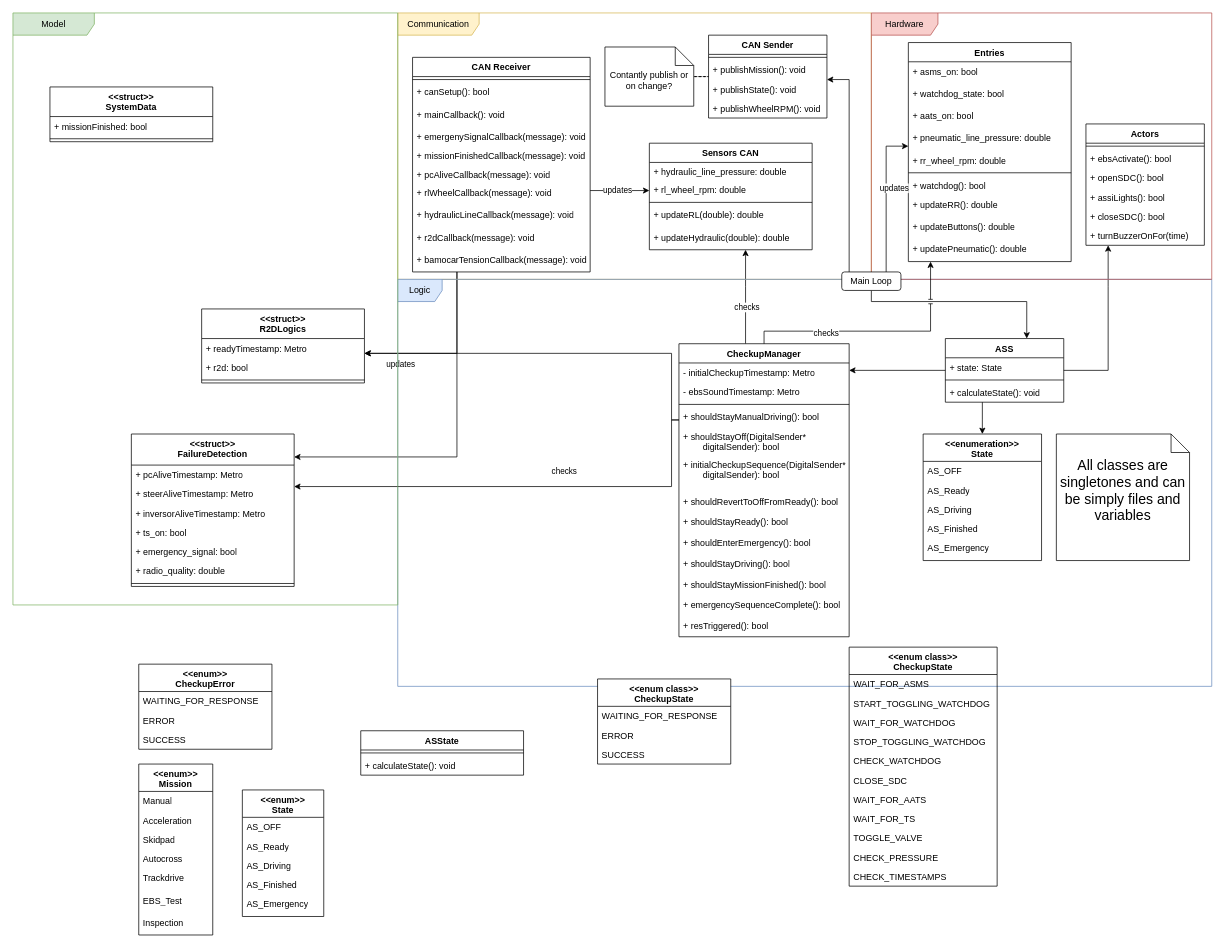
Before: docs/diagrams/Master/master-class-diagram.drawio in fs-feup/el-sw, a draw.io diagram. Source tidied: cells renumbered, new cells numbered last; positions are measured from the earlier drawing's top-left corner, leaving out a move shared by most shapes. Both pictures are drawn from the tidied source at 74%, with x=0, y=0 at pixel (13, 13).
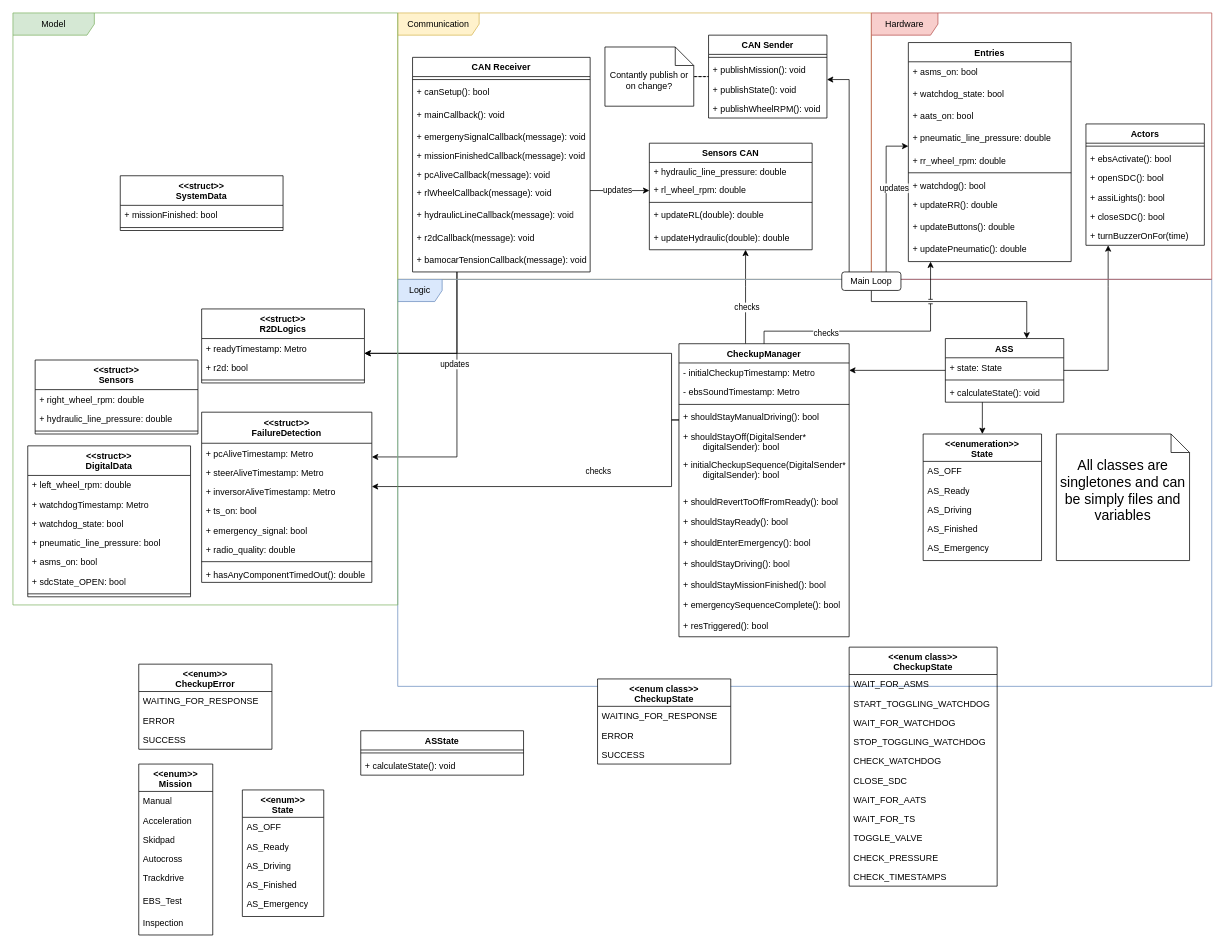
After the change.

Change to the diagram source:
```diff
@@
     <mxCell id="82" value="&amp;lt;&amp;lt;struct&amp;gt;&amp;gt;&lt;br&gt;FailureDetection" style="swimlane;fontStyle=1;align=center;verticalAlign=top;horizontal=1;startSize=42;whiteSpace=wrap;html=1;" parent="1" vertex="1">
-      <mxGeometry x="160" y="569" width="220" height="206" as="geometry" />
+      <mxGeometry x="255" y="539.5" width="230" height="230" as="geometry" />
     </mxCell>
     <mxCell id="83" value="+ pcAliveTimestamp: Metro" style="text;strokeColor=none;fillColor=none;align=left;verticalAlign=top;spacingLeft=4;spacingRight=4;overflow=hidden;whiteSpace=wrap;html=1;" parent="82" vertex="1">
-      <mxGeometry y="42" width="220" height="26" as="geometry" />
+      <mxGeometry y="42" width="230" height="26" as="geometry" />
     </mxCell>
     <mxCell id="84" value="+ steerAliveTimestamp: Metro" style="text;strokeColor=none;fillColor=none;align=left;verticalAlign=top;spacingLeft=4;spacingRight=4;overflow=hidden;whiteSpace=wrap;html=1;" parent="82" vertex="1">
-      <mxGeometry y="68" width="220" height="26" as="geometry" />
+      <mxGeometry y="68" width="230" height="26" as="geometry" />
     </mxCell>
     <mxCell id="85" value="+ inversorAliveTimestamp: Metro" style="text;strokeColor=none;fillColor=none;align=left;verticalAlign=top;spacingLeft=4;spacingRight=4;overflow=hidden;whiteSpace=wrap;html=1;" parent="82" vertex="1">
-      <mxGeometry y="94" width="220" height="26" as="geometry" />
+      <mxGeometry y="94" width="230" height="26" as="geometry" />
     </mxCell>
     <mxCell id="86" value="+ ts_on: bool" style="text;strokeColor=none;fillColor=none;align=left;verticalAlign=top;spacingLeft=4;spacingRight=4;overflow=hidden;whiteSpace=wrap;html=1;" parent="82" vertex="1">
-      <mxGeometry y="120" width="220" height="26" as="geometry" />
+      <mxGeometry y="120" width="230" height="26" as="geometry" />
     </mxCell>
     <mxCell id="87" value="+ emergency_signal: bool" style="text;strokeColor=none;fillColor=none;align=left;verticalAlign=top;spacingLeft=4;spacingRight=4;overflow=hidden;whiteSpace=wrap;html=1;" parent="82" vertex="1">
-      <mxGeometry y="146" width="220" height="26" as="geometry" />
+      <mxGeometry y="146" width="230" height="26" as="geometry" />
     </mxCell>
     <mxCell id="88" value="+ radio_quality: double" style="text;strokeColor=none;fillColor=none;align=left;verticalAlign=top;spacingLeft=4;spacingRight=4;overflow=hidden;whiteSpace=wrap;html=1;" parent="82" vertex="1">
-      <mxGeometry y="172" width="220" height="26" as="geometry" />
+      <mxGeometry y="172" width="230" height="26" as="geometry" />
     </mxCell>
     <mxCell id="89" style="line;strokeWidth=1;fillColor=none;align=left;verticalAlign=middle;spacingTop=-1;spacingLeft=3;spacingRight=3;labelPosition=right;strokeColor=inherit;" parent="82" vertex="1">
-      <mxGeometry y="198" width="220" height="8" as="geometry" />
+      <mxGeometry y="198" width="230" height="8" as="geometry" />
     </mxCell>
+    <mxCell id="145" value="+ hasAnyComponentTimedOut(): double" style="text;strokeColor=none;fillColor=none;align=left;verticalAlign=top;spacingLeft=4;spacingRight=4;overflow=hidden;whiteSpace=wrap;html=1;" parent="82" vertex="1">
+      <mxGeometry y="206" width="230" height="24" as="geometry" />
+    </mxCell>
@@
     <mxCell id="142" value="&lt;div&gt;&amp;lt;&amp;lt;struct&amp;gt;&amp;gt;&lt;/div&gt;SystemData" style="swimlane;fontStyle=1;align=center;verticalAlign=top;horizontal=1;startSize=40;whiteSpace=wrap;html=1;" parent="1" vertex="1">
-      <mxGeometry x="50" y="100" width="220" height="74" as="geometry" />
+      <mxGeometry x="145" y="220" width="220" height="74" as="geometry" />
     </mxCell>
@@
+    <mxCell id="146" value="&lt;div&gt;&amp;lt;&amp;lt;struct&amp;gt;&amp;gt;&lt;/div&gt;Sensors" style="swimlane;fontStyle=1;align=center;verticalAlign=top;horizontal=1;startSize=40;whiteSpace=wrap;html=1;" parent="1" vertex="1">
+      <mxGeometry x="30" y="469" width="220" height="100" as="geometry" />
+    </mxCell>
+    <mxCell id="147" value="+ right_wheel_rpm: double" style="text;strokeColor=none;fillColor=none;align=left;verticalAlign=top;spacingLeft=4;spacingRight=4;overflow=hidden;whiteSpace=wrap;html=1;" parent="146" vertex="1">
+      <mxGeometry y="40" width="220" height="26" as="geometry" />
+    </mxCell>
+    <mxCell id="148" value="+ hydraulic_line_pressure: double" style="text;strokeColor=none;fillColor=none;align=left;verticalAlign=top;spacingLeft=4;spacingRight=4;overflow=hidden;whiteSpace=wrap;html=1;" parent="146" vertex="1">
+      <mxGeometry y="66" width="220" height="26" as="geometry" />
+    </mxCell>
+    <mxCell id="149" style="line;strokeWidth=1;fillColor=none;align=left;verticalAlign=middle;spacingTop=-1;spacingLeft=3;spacingRight=3;labelPosition=right;strokeColor=inherit;" parent="146" vertex="1">
+      <mxGeometry y="92" width="220" height="8" as="geometry" />
+    </mxCell>
+    <mxCell id="150" value="&lt;div&gt;&amp;lt;&amp;lt;struct&amp;gt;&amp;gt;&lt;/div&gt;DigitalData" style="swimlane;fontStyle=1;align=center;verticalAlign=top;horizontal=1;startSize=40;whiteSpace=wrap;html=1;" parent="1" vertex="1">
+      <mxGeometry x="20" y="585" width="220" height="204" as="geometry" />
+    </mxCell>
+    <mxCell id="151" value="+ left_wheel_rpm: double" style="text;strokeColor=none;fillColor=none;align=left;verticalAlign=top;spacingLeft=4;spacingRight=4;overflow=hidden;whiteSpace=wrap;html=1;" parent="150" vertex="1">
+      <mxGeometry y="40" width="220" height="26" as="geometry" />
+    </mxCell>
+    <mxCell id="152" value="+ watchdogTimestamp: Metro" style="text;strokeColor=none;fillColor=none;align=left;verticalAlign=top;spacingLeft=4;spacingRight=4;overflow=hidden;whiteSpace=wrap;html=1;" parent="150" vertex="1">
+      <mxGeometry y="66" width="220" height="26" as="geometry" />
+    </mxCell>
+    <mxCell id="153" value="+ watchdog_state: bool" style="text;strokeColor=none;fillColor=none;align=left;verticalAlign=top;spacingLeft=4;spacingRight=4;overflow=hidden;whiteSpace=wrap;html=1;" parent="150" vertex="1">
+      <mxGeometry y="92" width="220" height="26" as="geometry" />
+    </mxCell>
+    <mxCell id="154" value="+ pneumatic_line_pressure: bool" style="text;strokeColor=none;fillColor=none;align=left;verticalAlign=top;spacingLeft=4;spacingRight=4;overflow=hidden;whiteSpace=wrap;html=1;" parent="150" vertex="1">
+      <mxGeometry y="118" width="220" height="26" as="geometry" />
+    </mxCell>
+    <mxCell id="155" value="+ asms_on: bool" style="text;strokeColor=none;fillColor=none;align=left;verticalAlign=top;spacingLeft=4;spacingRight=4;overflow=hidden;whiteSpace=wrap;html=1;" parent="150" vertex="1">
+      <mxGeometry y="144" width="220" height="26" as="geometry" />
+    </mxCell>
+    <mxCell id="156" value="+ sdcState_OPEN: bool" style="text;strokeColor=none;fillColor=none;align=left;verticalAlign=top;spacingLeft=4;spacingRight=4;overflow=hidden;whiteSpace=wrap;html=1;" parent="150" vertex="1">
+      <mxGeometry y="170" width="220" height="26" as="geometry" />
+    </mxCell>
+    <mxCell id="157" style="line;strokeWidth=1;fillColor=none;align=left;verticalAlign=middle;spacingTop=-1;spacingLeft=3;spacingRight=3;labelPosition=right;strokeColor=inherit;" parent="150" vertex="1">
+      <mxGeometry y="196" width="220" height="8" as="geometry" />
+    </mxCell>
```
